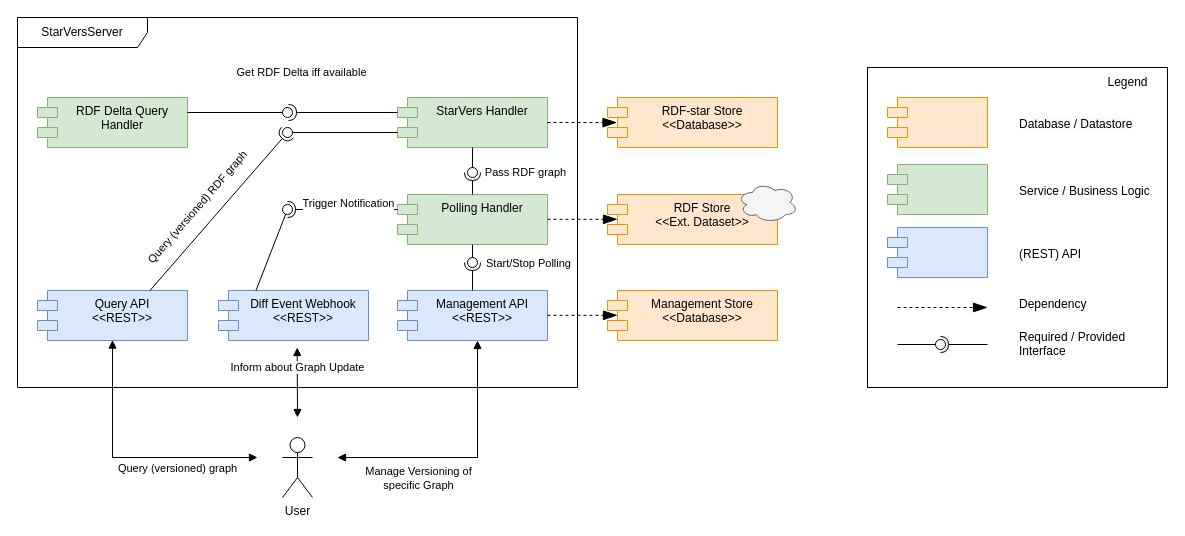
Above: assets/ComponentDiagram.drawio in GreenfishK/starvers (draw.io), before the change. Source tidied: cells renumbered, new cells numbered last; positions are measured from the earlier drawing's top-left corner, leaving out a move shared by most shapes. Both pictures are drawn from the tidied source at 100%, with x=0, y=0 at pixel (17, 17).
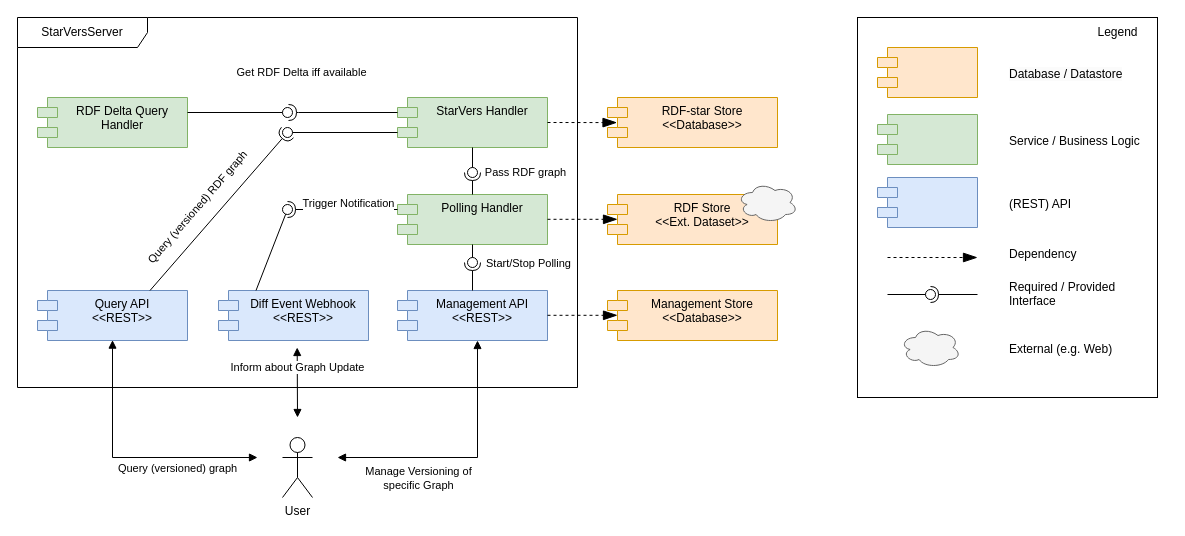
Above is the later version.

What changed in the source:
```diff
@@
+    <mxCell id="56" style="rounded=0;whiteSpace=wrap;html=1;fillColor=none;" parent="1" vertex="1">
+      <mxGeometry x="840" width="300" height="380" as="geometry" />
+    </mxCell>
@@
     <mxCell id="44" style="shape=module;align=left;spacingLeft=20;align=center;verticalAlign=top;whiteSpace=wrap;html=1;fillColor=#ffe6cc;strokeColor=#d79b00;" parent="1" vertex="1">
-      <mxGeometry x="870" y="80" width="100" height="50" as="geometry" />
+      <mxGeometry x="860" y="30" width="100" height="50" as="geometry" />
     </mxCell>
     <mxCell id="45" style="shape=module;align=left;spacingLeft=20;align=center;verticalAlign=top;whiteSpace=wrap;html=1;fillColor=#d5e8d4;strokeColor=#82b366;" parent="1" vertex="1">
-      <mxGeometry x="870" y="147" width="100" height="50" as="geometry" />
+      <mxGeometry x="860" y="97" width="100" height="50" as="geometry" />
     </mxCell>
     <mxCell id="46" style="shape=module;align=left;spacingLeft=20;align=center;verticalAlign=top;whiteSpace=wrap;html=1;fillColor=#dae8fc;strokeColor=#6c8ebf;" parent="1" vertex="1">
-      <mxGeometry x="870" y="210" width="100" height="50" as="geometry" />
+      <mxGeometry x="860" y="160" width="100" height="50" as="geometry" />
     </mxCell>
     <mxCell id="47" value="&lt;span style=&quot;color: rgb(0, 0, 0); font-family: Helvetica; font-size: 12px; font-style: normal; font-variant-ligatures: normal; font-variant-caps: normal; font-weight: 400; letter-spacing: normal; orphans: 2; text-align: center; text-indent: 0px; text-transform: none; widows: 2; word-spacing: 0px; -webkit-text-stroke-width: 0px; background-color: rgb(251, 251, 251); text-decoration-thickness: initial; text-decoration-style: initial; text-decoration-color: initial; float: none; display: inline !important;&quot;&gt;Database / Datastore&lt;/span&gt;" style="text;whiteSpace=wrap;html=1;" parent="1" vertex="1">
-      <mxGeometry x="1000" y="92.5" width="150" height="25" as="geometry" />
+      <mxGeometry x="990" y="42.5" width="150" height="25" as="geometry" />
     </mxCell>
     <mxCell id="48" value="&lt;div style=&quot;text-align: center;&quot;&gt;&lt;span style=&quot;background-color: initial;&quot;&gt;Service / Business Logic&lt;/span&gt;&lt;/div&gt;" style="text;whiteSpace=wrap;html=1;" parent="1" vertex="1">
-      <mxGeometry x="1000" y="159.5" width="150" height="25" as="geometry" />
+      <mxGeometry x="990" y="109.5" width="150" height="25" as="geometry" />
     </mxCell>
     <mxCell id="49" value="&lt;div style=&quot;text-align: center;&quot;&gt;(REST) API&lt;/div&gt;" style="text;whiteSpace=wrap;html=1;" parent="1" vertex="1">
-      <mxGeometry x="1000" y="222.5" width="150" height="25" as="geometry" />
+      <mxGeometry x="990" y="172.5" width="150" height="25" as="geometry" />
     </mxCell>
     <mxCell id="50" style="endArrow=blockThin;endSize=12;dashed=1;html=1;rounded=0;exitX=1;exitY=0.5;exitDx=0;exitDy=0;endFill=1;" parent="1" edge="1">
       <mxGeometry relative="1" as="geometry">
-        <mxPoint x="880" y="290" as="sourcePoint" />
-        <mxPoint x="970" y="290" as="targetPoint" />
+        <mxPoint x="870" y="240" as="sourcePoint" />
+        <mxPoint x="960" y="240" as="targetPoint" />
       </mxGeometry>
     </mxCell>
     <mxCell id="51" value="&lt;div style=&quot;text-align: center;&quot;&gt;Dependency&lt;/div&gt;" style="text;whiteSpace=wrap;html=1;" parent="1" vertex="1">
-      <mxGeometry x="1000" y="273" width="150" height="25" as="geometry" />
+      <mxGeometry x="990" y="223" width="150" height="25" as="geometry" />
     </mxCell>
     <mxCell id="52" style="rounded=0;jettySize=auto;html=1;endArrow=halfCircle;endFill=0;endSize=6;strokeWidth=1;sketch=0;" parent="1" edge="1" target="54">
       <mxGeometry relative="1" as="geometry">
-        <mxPoint x="970" y="327" as="sourcePoint" />
+        <mxPoint x="960" y="277" as="sourcePoint" />
       </mxGeometry>
     </mxCell>
     <mxCell id="53" style="rounded=0;jettySize=auto;html=1;endArrow=oval;endFill=0;sketch=0;sourcePerimeterSpacing=0;targetPerimeterSpacing=0;endSize=10;" parent="1" edge="1" target="54">
       <mxGeometry relative="1" as="geometry">
-        <mxPoint x="880" y="327" as="sourcePoint" />
+        <mxPoint x="870" y="277" as="sourcePoint" />
       </mxGeometry>
     </mxCell>
     <mxCell id="54" style="ellipse;whiteSpace=wrap;html=1;align=center;fillColor=none;strokeColor=none;perimeter=centerPerimeter;points=[];outlineConnect=1;" parent="1" vertex="1">
-      <mxGeometry x="918" y="322" width="10" height="10" as="geometry" />
+      <mxGeometry x="908" y="272" width="10" height="10" as="geometry" />
     </mxCell>
     <mxCell id="55" value="&lt;div style=&quot;&quot;&gt;Required / Provided&lt;br&gt;Interface&lt;/div&gt;" style="text;whiteSpace=wrap;html=1;align=left;" parent="1" vertex="1">
-      <mxGeometry x="1000" y="305.5" width="150" height="25" as="geometry" />
+      <mxGeometry x="990" y="255.5" width="150" height="25" as="geometry" />
     </mxCell>
-    <mxCell id="56" style="rounded=0;whiteSpace=wrap;html=1;fillColor=none;" parent="1" vertex="1">
-      <mxGeometry x="850" y="50" width="300" height="320" as="geometry" />
-    </mxCell>
     <mxCell id="57" value="Legend" style="text;html=1;align=center;verticalAlign=middle;strokeColor=none;fillColor=none;" parent="1" vertex="1">
-      <mxGeometry x="1080" y="50" width="60" height="30" as="geometry" />
+      <mxGeometry x="1070" width="60" height="30" as="geometry" />
     </mxCell>
+    <mxCell id="58" style="ellipse;shape=cloud;whiteSpace=wrap;html=1;fillColor=#f5f5f5;fontColor=#333333;strokeColor=#666666;" parent="1" vertex="1">
+      <mxGeometry x="883" y="310" width="60" height="40" as="geometry" />
+    </mxCell>
+    <mxCell id="59" value="&lt;div style=&quot;text-align: center;&quot;&gt;External (e.g. Web)&lt;/div&gt;" style="text;whiteSpace=wrap;html=1;" parent="1" vertex="1">
+      <mxGeometry x="990" y="317.5" width="150" height="25" as="geometry" />
+    </mxCell>
```
